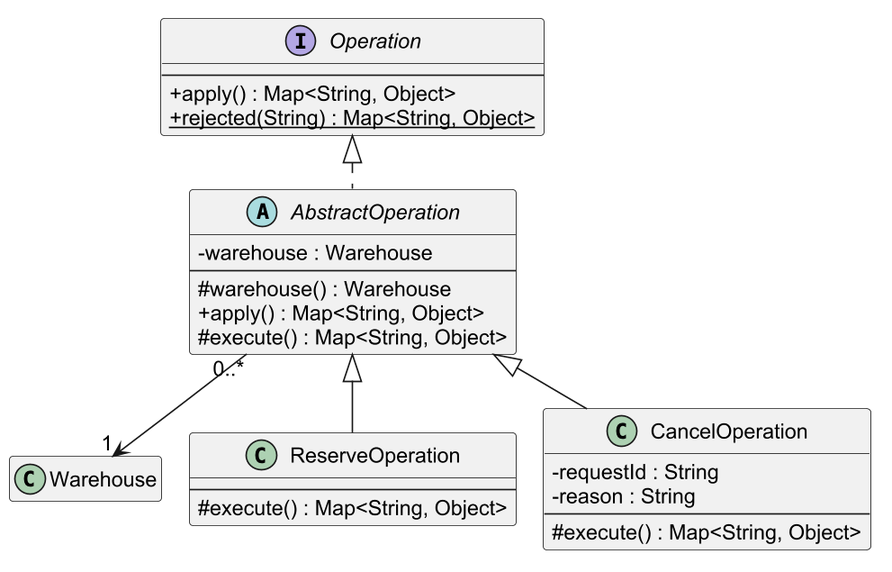
The PlantUML diagram models/classes_hierarchy.png in iskanye/office-furniture, before a commit.
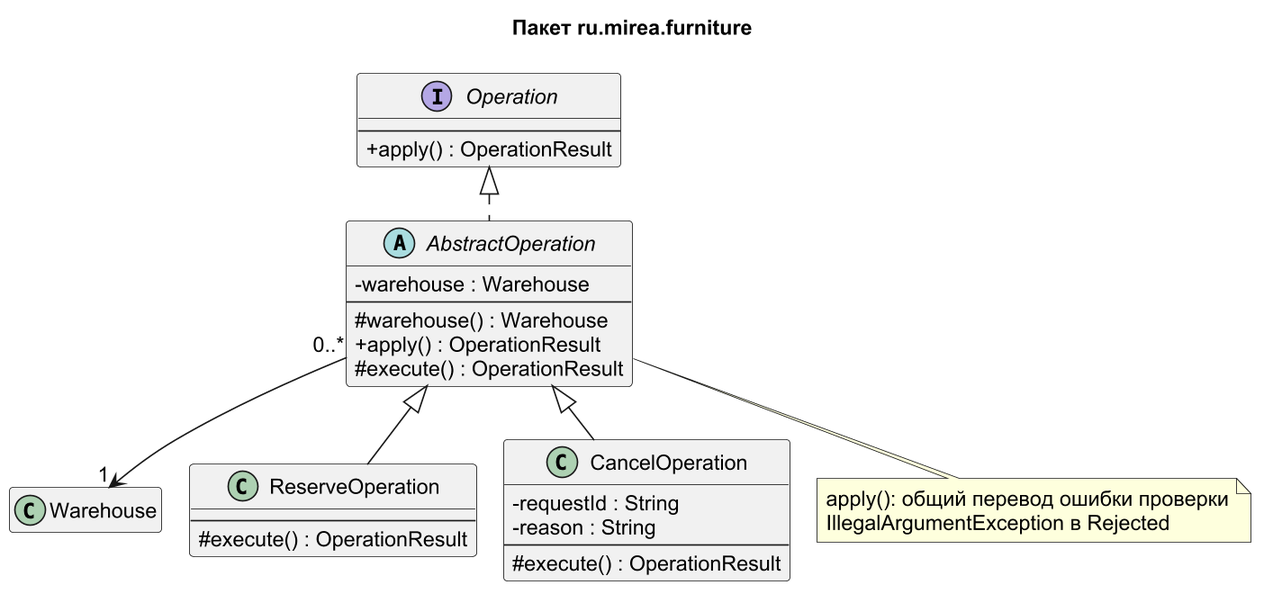
Later version of the same file.

Commit message:
docs: обновить рецензию UML и отчет после исправлений

Change to the diagram source:
```diff
@@ -7,6 +7,7 @@
 skinparam defaultFontSize 14
 skinparam linetype ortho
 hide empty members
+title Пакет ru.mirea.furniture
 class Warehouse {
   -customers : Map<String, Customer>
   -products : Map<String, Product>
@@ -19,32 +20,31 @@
   +stocks() : Map<String, Stock>
   +reservations() : List<Reservation>
   +request() : Request
-  +checkAvailability(List<RequestLine>) : List<Map<String, Object>>
+  +checkAvailability(List<RequestLine>) : List<Shortage>
   +hasReservation() : boolean
-  +reserveAll(List<RequestLine>) : Map<String, Object>
-  +cancel(String, String) : Map<String, Object>
+  +reserveAll() : OperationResult
+  +cancel(String, String) : OperationResult
 }
 interface Operation {
   --
-  +apply() : Map<String, Object>
-  +{static} rejected(String) : Map<String, Object>
+  +apply() : OperationResult
 }
 abstract class AbstractOperation {
   -warehouse : Warehouse
   --
   #warehouse() : Warehouse
-  +apply() : Map<String, Object>
-  #execute() : Map<String, Object>
+  +apply() : OperationResult
+  #execute() : OperationResult
 }
 class ReserveOperation {
   --
-  #execute() : Map<String, Object>
+  #execute() : OperationResult
 }
 class CancelOperation {
   -requestId : String
   -reason : String
   --
-  #execute() : Map<String, Object>
+  #execute() : OperationResult
 }
 Operation <|.. AbstractOperation
 AbstractOperation <|-- ReserveOperation
@@ -52,4 +52,9 @@
 AbstractOperation "0..*" --> "1" Warehouse
 
 hide Warehouse members
+note bottom of AbstractOperation
+  apply(): общий перевод ошибки проверки
+  IllegalArgumentException в Rejected
+end note
+
 @enduml
```
